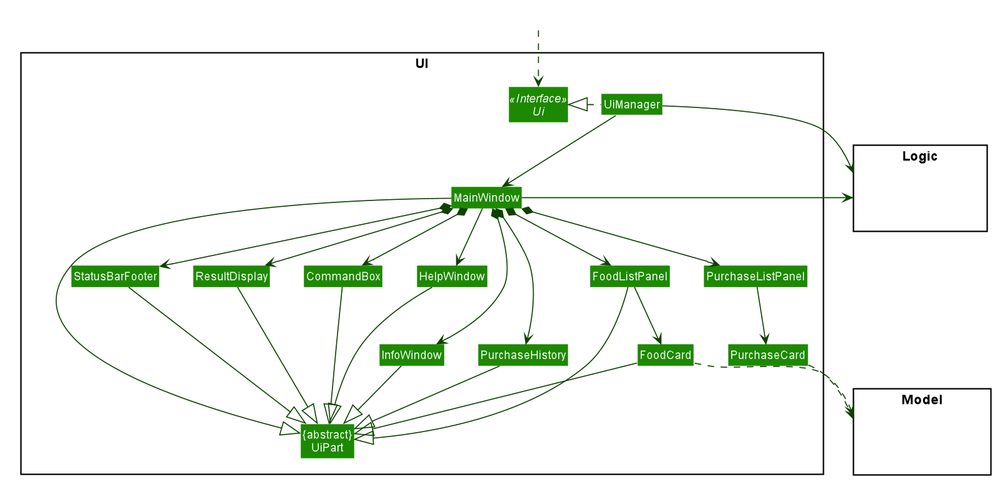
AY1920S1-CS2103T-F13-2/main keeps this PlantUML diagram as images/UiClassDiagram.png. Above is the earlier version.
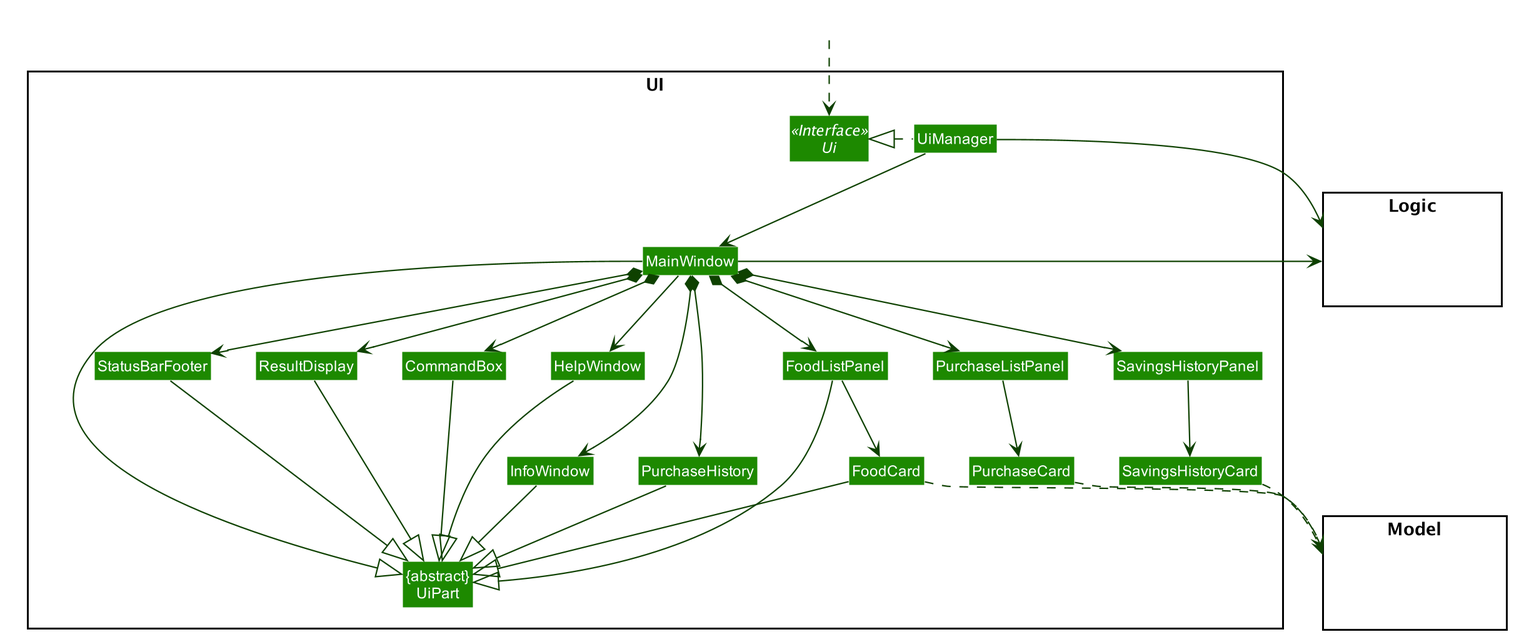
Later version of the same file.

Diff of the diagram source:
```diff
@@ -61,6 +61,8 @@
 Class FoodListPanel
 Class FoodCard
 Class PurchaseListPanel
+Class SavingsHistoryPanel
+Class SavingsHistoryCard
 Class PurchaseCard
 Class StatusBarFooter
 Class CommandBox
@@ -89,6 +91,7 @@
 MainWindow *-down-> PurchaseHistory
 MainWindow *-down-> FoodListPanel
 MainWindow *-down-> PurchaseListPanel
+MainWindow *-down-> SavingsHistoryPanel
 
 MainWindow -left-|> UiPart
 
@@ -102,9 +105,11 @@
 HelpWindow -down-|> UiPart
 FoodListPanel --> FoodCard
 PurchaseListPanel --> PurchaseCard
+SavingsHistoryPanel --> SavingsHistoryCard
 
 FoodCard ..> Model
 PurchaseCard ..> Model
+SavingsHistoryCard ..> Model
 UiManager -right-> Logic
 MainWindow -left-> Logic
 
```
